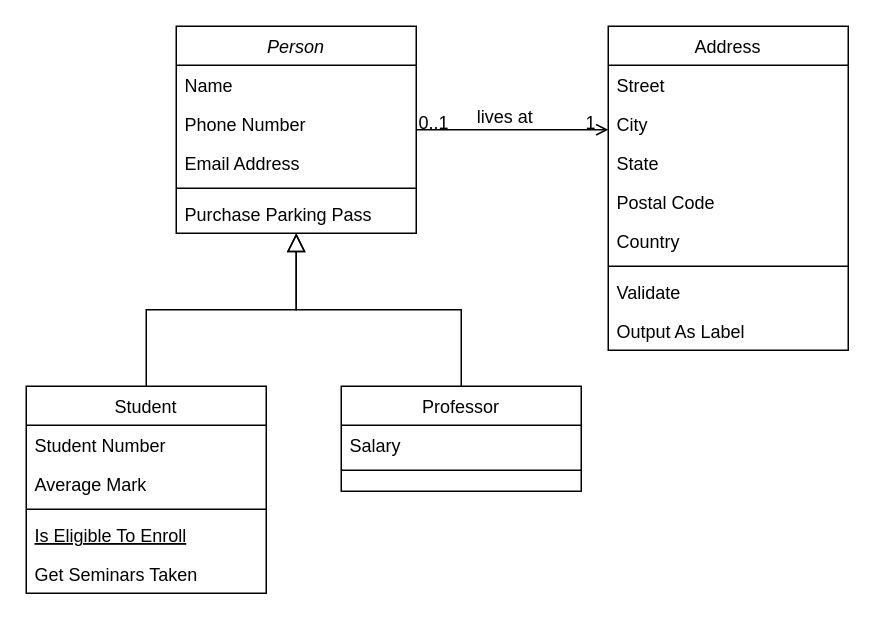
Earlier version of the draw.io diagram Diagrama sin título.drawio (Danny894/JairoTECH). Source tidied: cells renumbered, new cells numbered last; positions are measured from the earlier drawing's top-left corner, leaving out a move shared by most shapes. Both pictures are drawn from the tidied source at 150%, with x=0, y=0 at pixel (26, 26).
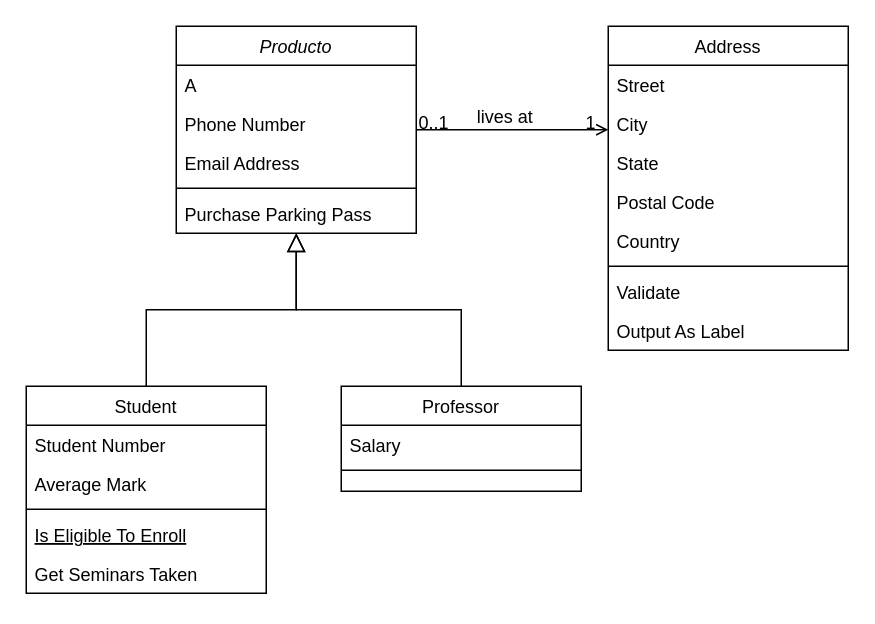
The same diagram, later.

Commit message:
Diagrama UML JairoTECH

The edit, as a diff of the source:
```diff
@@
-    <mxCell id="2" value="Person" style="swimlane;fontStyle=2;align=center;verticalAlign=top;horizontal=1;startSize=26;rounded=0;shadow=0;strokeWidth=1;" parent="1" vertex="1">
+    <mxCell id="2" value="Producto" style="swimlane;fontStyle=2;align=center;verticalAlign=top;horizontal=1;startSize=26;rounded=0;shadow=0;strokeWidth=1;" parent="1" vertex="1">
       <mxGeometry x="100" width="160" height="138" as="geometry" />
     </mxCell>
-    <mxCell id="3" value="Name" style="text;align=left;verticalAlign=top;spacingLeft=4;spacingRight=4;overflow=hidden;" parent="2" vertex="1">
+    <mxCell id="3" value="A" style="text;align=left;verticalAlign=top;spacingLeft=4;spacingRight=4;overflow=hidden;" parent="2" vertex="1">
       <mxGeometry y="26" width="160" height="26" as="geometry" />
     </mxCell>
```
